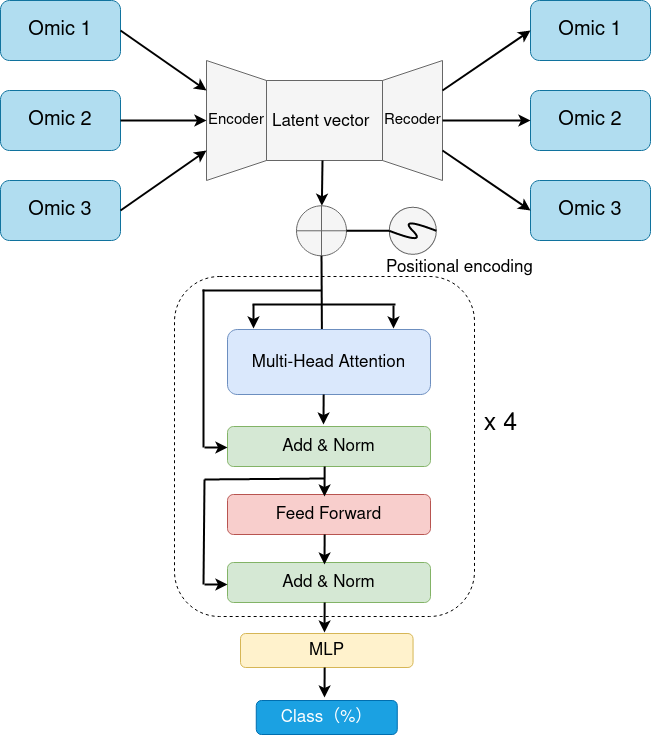
Earlier version of the draw.io export 未命名绘图.drawio.png (mengxu98/draw.io). Source tidied: cells renumbered, new cells last; positions are measured from the earlier drawing's top-left corner, leaving out a move shared by most shapes.
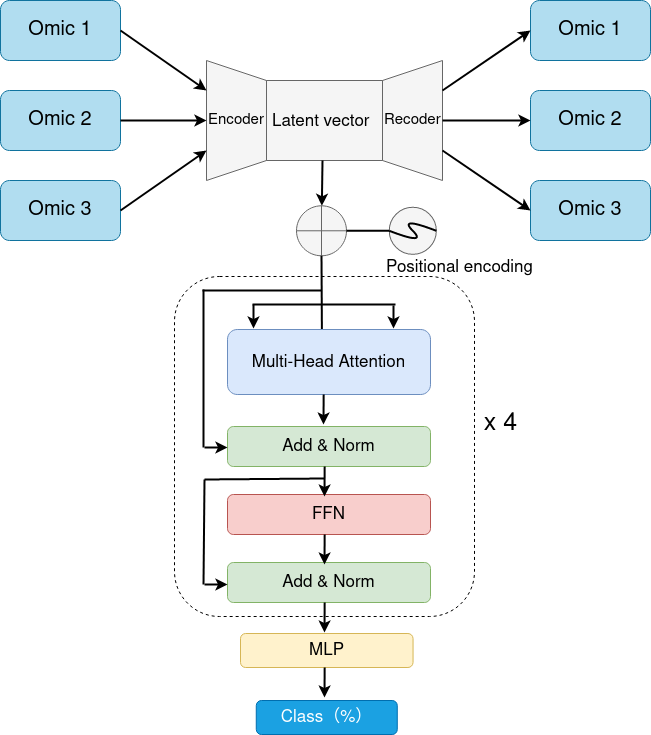
Later version of the same file.

Commit message:
更新未命名绘图.drawio.png

The edit, as a diff of the source:
```diff
@@ -123,7 +123,7 @@
     <mxCell id="35" value="Add &amp;amp; Norm" style="rounded=1;whiteSpace=wrap;html=1;fontSize=17;fillColor=#d5e8d4;strokeColor=#82b366;" parent="1" vertex="1">
       <mxGeometry x="227" y="426" width="203" height="40" as="geometry" />
     </mxCell>
-    <mxCell id="36" value="Feed Forward" style="rounded=1;whiteSpace=wrap;html=1;fontSize=17;fillColor=#f8cecc;strokeColor=#b85450;" parent="1" vertex="1">
+    <mxCell id="36" value="FFN" style="rounded=1;whiteSpace=wrap;html=1;fontSize=17;fillColor=#f8cecc;strokeColor=#b85450;" parent="1" vertex="1">
       <mxGeometry x="227" y="494" width="203" height="40" as="geometry" />
     </mxCell>
     <mxCell id="37" style="endArrow=classic;html=1;strokeColor=default;strokeWidth=2;fontSize=17;exitX=0.5;exitY=1;exitDx=0;exitDy=0;" parent="1" edge="1">
```
